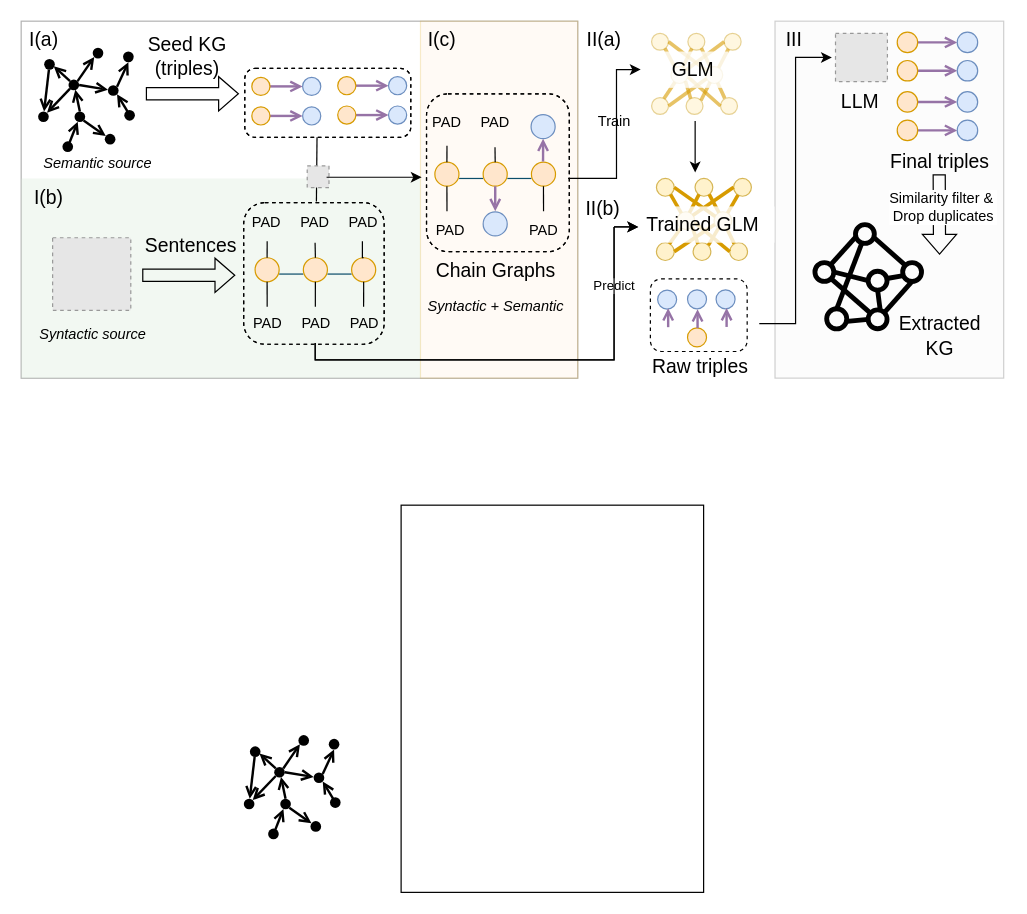
The draw.io diagram page "methodology" (5 of 5) of presentations/pipeline.drawio in across-stars/draw.io, before the edit. Source tidied: cells renumbered, new cells numbered last; positions are measured from the earlier drawing's top-left corner, leaving out a move shared by most shapes. Both pictures are drawn from the tidied source at 121%, with x=0, y=0 at pixel (21, 21). Pictures stored in the file or linked from it are replaced by grey dashed boxes.
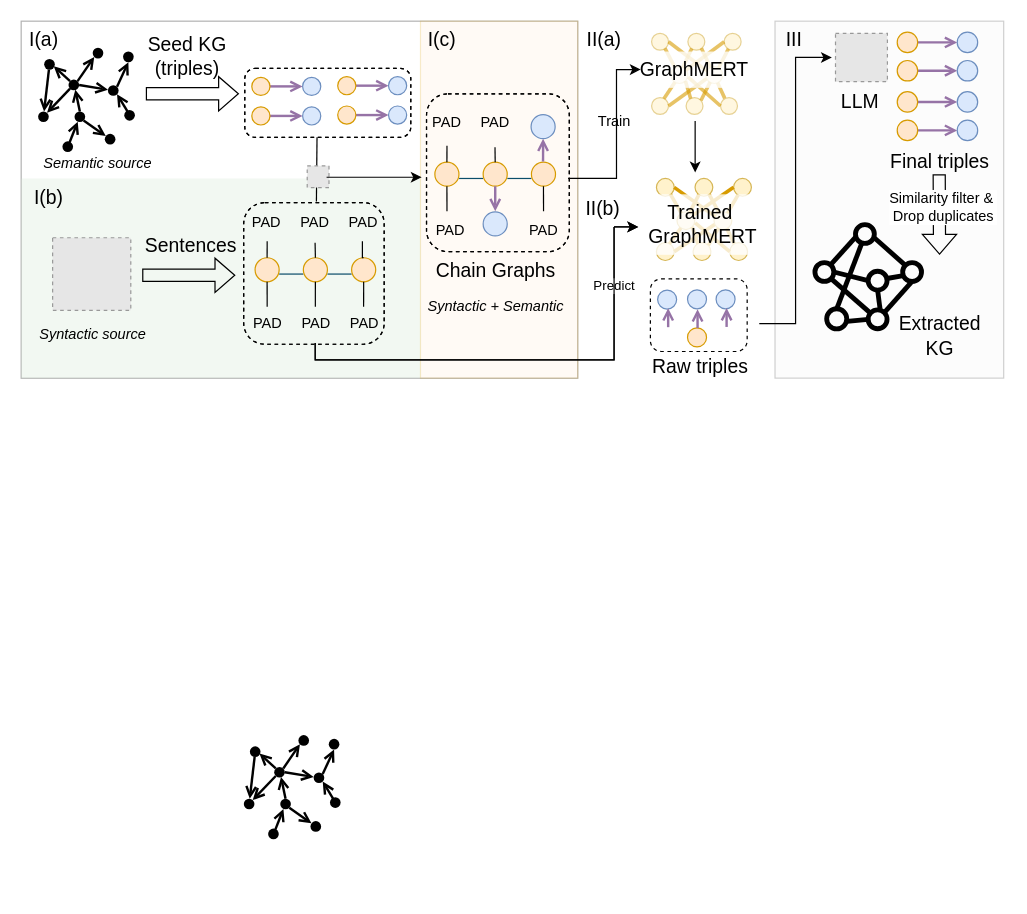
Above is the later version.

What changed in the source:
```diff
@@
-    <mxCell id="5" style="rounded=0;whiteSpace=wrap;html=1;fontFamily=Helvetica;fontSize=11;fontColor=default;labelBackgroundColor=default;fillColor=none;" parent="1" vertex="1">
-      <mxGeometry x="314" y="400" width="250" height="320" as="geometry" />
-    </mxCell>
@@
-    <mxCell id="193" value="&lt;font style=&quot;font-size: 16px;&quot;&gt;GLM&lt;/font&gt;" style="text;html=1;align=center;verticalAlign=middle;strokeColor=none;fillColor=default;fontFamily=Helvetica;fontSize=11;fontColor=default;labelBackgroundColor=none;opacity=80;" parent="14" vertex="1">
-      <mxGeometry x="524.6" y="25.1" width="60" height="30" as="geometry" />
+    <mxCell id="193" value="&lt;font style=&quot;font-size: 16px;&quot;&gt;GraphMERT&lt;/font&gt;" style="text;html=1;align=center;verticalAlign=middle;strokeColor=none;fillColor=default;fontFamily=Helvetica;fontSize=11;fontColor=default;labelBackgroundColor=none;opacity=80;" parent="14" vertex="1">
+      <mxGeometry x="500.6" y="25.1" width="110" height="30" as="geometry" />
     </mxCell>
-    <mxCell id="194" value="&lt;div&gt;&lt;font style=&quot;font-size: 16px;&quot;&gt;Trained&amp;nbsp;&lt;/font&gt;&lt;span style=&quot;font-size: 16px;&quot;&gt;GLM&lt;/span&gt;&lt;/div&gt;" style="text;html=1;align=center;verticalAlign=middle;strokeColor=none;fillColor=default;fontFamily=Helvetica;fontSize=11;fontColor=default;labelBackgroundColor=none;opacity=80;" parent="14" vertex="1">
-      <mxGeometry x="502.6" y="153.1" width="120" height="30" as="geometry" />
+    <mxCell id="194" value="&lt;div&gt;&lt;font style=&quot;font-size: 16px;&quot;&gt;Trained&amp;nbsp;&lt;/font&gt;&lt;/div&gt;&lt;div&gt;&lt;font size=&quot;3&quot;&gt;GraphMERT&lt;/font&gt;&lt;/div&gt;" style="text;html=1;align=center;verticalAlign=middle;strokeColor=none;fillColor=default;fontFamily=Helvetica;fontSize=11;fontColor=default;labelBackgroundColor=none;opacity=80;" parent="14" vertex="1">
+      <mxGeometry x="507.6" y="143.1" width="110" height="50" as="geometry" />
     </mxCell>
```
